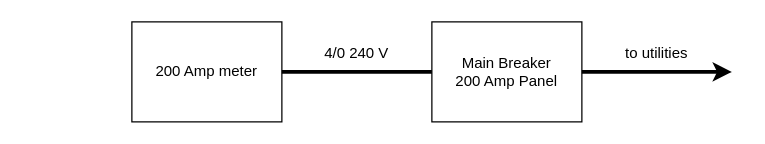
This is electrical panel.drawio from calbaker/vector_graphics, a draw.io file, before an edit. Source tidied: cells renumbered, new cells numbered last; positions are measured from the earlier drawing's top-left corner, leaving out a move shared by most shapes. Both pictures are drawn from the tidied source at 125%, with x=0, y=0 at pixel (131, 21).
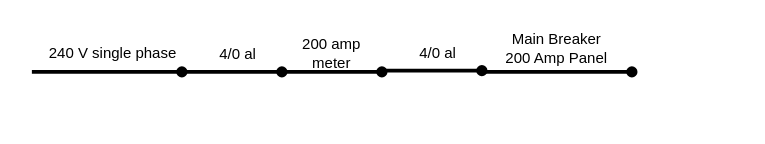
The same page after the edit.

Commit message:
updated per Jon's guidance

The edit, as a diff of the source:
```diff
@@
 <mxGraphModel>
   <root>
     <mxCell id="0" />
     <mxCell id="1" parent="0" />
-    <mxCell id="2" value="200 Amp meter" style="rounded=0;whiteSpace=wrap;html=1;" parent="1" vertex="1">
-      <mxGeometry width="120" height="80" as="geometry" />
-    </mxCell>
-    <mxCell id="3" value="&lt;div&gt;Main Breaker&lt;/div&gt;&lt;div&gt;200 Amp Panel&lt;br&gt;&lt;/div&gt;" style="rounded=0;whiteSpace=wrap;html=1;" parent="1" vertex="1">
-      <mxGeometry x="240" width="120" height="80" as="geometry" />
-    </mxCell>
-    <mxCell id="4" style="endArrow=none;html=1;rounded=0;exitX=1;exitY=0.5;exitDx=0;exitDy=0;entryX=0;entryY=0.5;entryDx=0;entryDy=0;strokeWidth=3;" parent="1" edge="1" source="2" target="3">
-      <mxGeometry relative="1" as="geometry" />
-    </mxCell>
-    <mxCell id="5" value="4/0 240 V" style="text;html=1;align=center;verticalAlign=middle;whiteSpace=wrap;rounded=0;" parent="1" vertex="1">
-      <mxGeometry x="150" y="10" width="60" height="30" as="geometry" />
+    <mxCell id="5" value="240 V single phase" style="text;html=1;align=center;verticalAlign=middle;whiteSpace=wrap;rounded=0;" parent="1" vertex="1">
+      <mxGeometry x="-70" y="10" width="110" height="30" as="geometry" />
     </mxCell>
-    <mxCell id="6" style="endArrow=classic;html=1;rounded=0;exitX=1;exitY=0.5;exitDx=0;exitDy=0;strokeWidth=3;" parent="1" edge="1" source="3">
+    <mxCell id="6" style="endArrow=none;html=1;rounded=0;exitX=0;exitY=0.5;exitDx=0;exitDy=0;strokeWidth=3;endFill=0;startArrow=oval;startFill=1;" parent="1" edge="1">
       <mxGeometry relative="1" as="geometry">
-        <mxPoint x="480" y="40" as="targetPoint" />
+        <mxPoint x="40" y="40" as="sourcePoint" />
+        <mxPoint x="-80" y="40" as="targetPoint" />
       </mxGeometry>
     </mxCell>
-    <mxCell id="7" value="to utilities" style="text;html=1;align=center;verticalAlign=middle;whiteSpace=wrap;rounded=0;" parent="1" vertex="1">
-      <mxGeometry x="390" y="10" width="60" height="30" as="geometry" />
-    </mxCell>
+    <mxCell id="8" value="4/0 al" style="text;html=1;align=center;verticalAlign=middle;whiteSpace=wrap;rounded=0;" parent="1" vertex="1">
+      <mxGeometry x="50" y="11" width="70" height="30" as="geometry" />
+    </mxCell>
+    <mxCell id="9" style="endArrow=none;html=1;rounded=0;strokeWidth=3;endFill=0;startArrow=oval;startFill=1;" parent="1" edge="1">
+      <mxGeometry relative="1" as="geometry">
+        <mxPoint x="120" y="40" as="sourcePoint" />
+        <mxPoint x="40" y="40" as="targetPoint" />
+      </mxGeometry>
+    </mxCell>
+    <mxCell id="10" style="endArrow=none;html=1;rounded=0;strokeWidth=3;endFill=0;startArrow=oval;startFill=1;" parent="1" edge="1">
+      <mxGeometry relative="1" as="geometry">
+        <mxPoint x="200" y="40" as="sourcePoint" />
+        <mxPoint x="120" y="40" as="targetPoint" />
+      </mxGeometry>
+    </mxCell>
+    <mxCell id="11" value="200 amp meter" style="text;html=1;align=center;verticalAlign=middle;whiteSpace=wrap;rounded=0;" parent="1" vertex="1">
+      <mxGeometry x="120" y="10" width="80" height="30" as="geometry" />
+    </mxCell>
+    <mxCell id="12" value="4/0 al" style="text;html=1;align=center;verticalAlign=middle;whiteSpace=wrap;rounded=0;" parent="1" vertex="1">
+      <mxGeometry x="210" y="10" width="70" height="30" as="geometry" />
+    </mxCell>
+    <mxCell id="13" style="endArrow=none;html=1;rounded=0;strokeWidth=3;endFill=0;startArrow=oval;startFill=1;" parent="1" edge="1">
+      <mxGeometry relative="1" as="geometry">
+        <mxPoint x="280" y="39" as="sourcePoint" />
+        <mxPoint x="200" y="39" as="targetPoint" />
+      </mxGeometry>
+    </mxCell>
+    <mxCell id="14" style="endArrow=none;html=1;rounded=0;strokeWidth=3;endFill=0;startArrow=oval;startFill=1;" parent="1" edge="1">
+      <mxGeometry relative="1" as="geometry">
+        <mxPoint x="400" y="40" as="sourcePoint" />
+        <mxPoint x="280" y="40" as="targetPoint" />
+      </mxGeometry>
+    </mxCell>
+    <mxCell id="3" value="&lt;div&gt;Main Breaker&lt;/div&gt;&lt;div&gt;200 Amp Panel&lt;br&gt;&lt;/div&gt;" style="text;html=1;align=center;verticalAlign=middle;whiteSpace=wrap;rounded=0;" parent="1" vertex="1">
+      <mxGeometry x="280" y="6" width="120" height="30" as="geometry" />
+    </mxCell>
   </root>
 </mxGraphModel>
```
